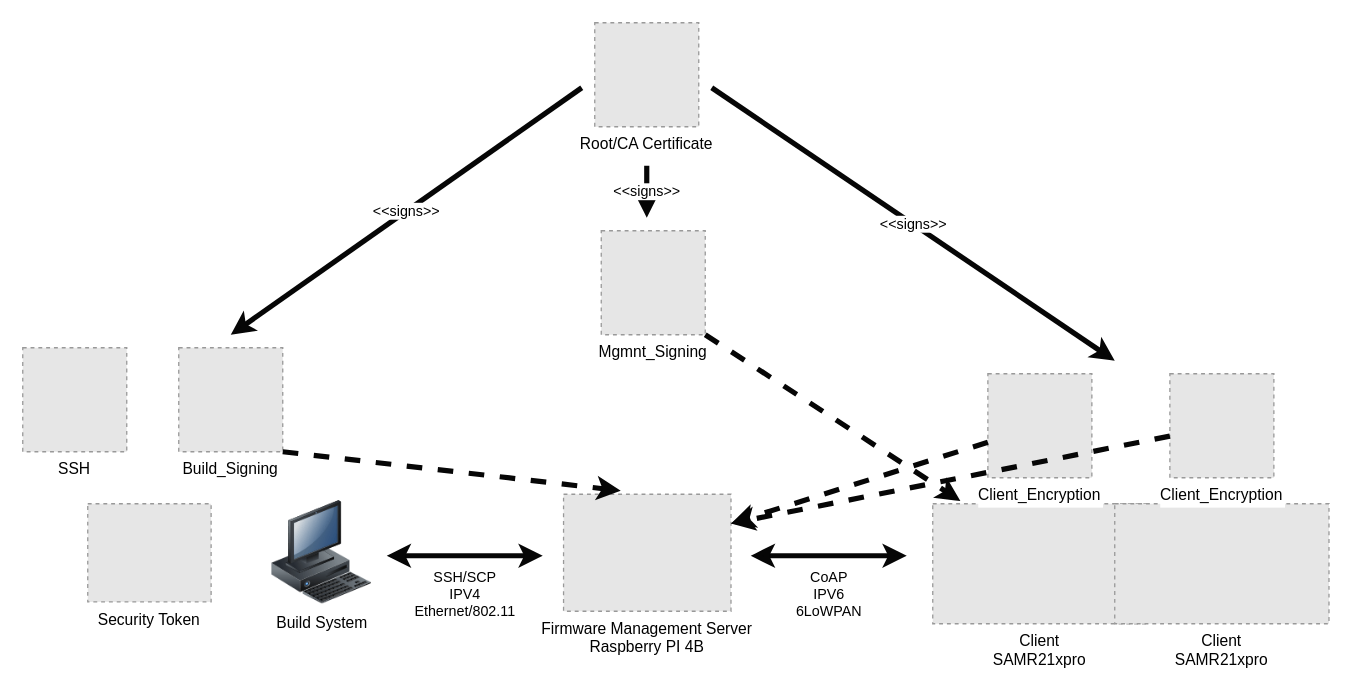
Earlier version of the draw.io diagram Doc/images/Overview.drawio (ernst-schwaiger/MES). Source tidied: cells renumbered, new cells numbered last; positions are measured from the earlier drawing's top-left corner, leaving out a move shared by most shapes. Both pictures are drawn from the tidied source at 130%, with x=0, y=0 at pixel (22, 22). Pictures stored in the file or linked from it are replaced by grey dashed boxes.
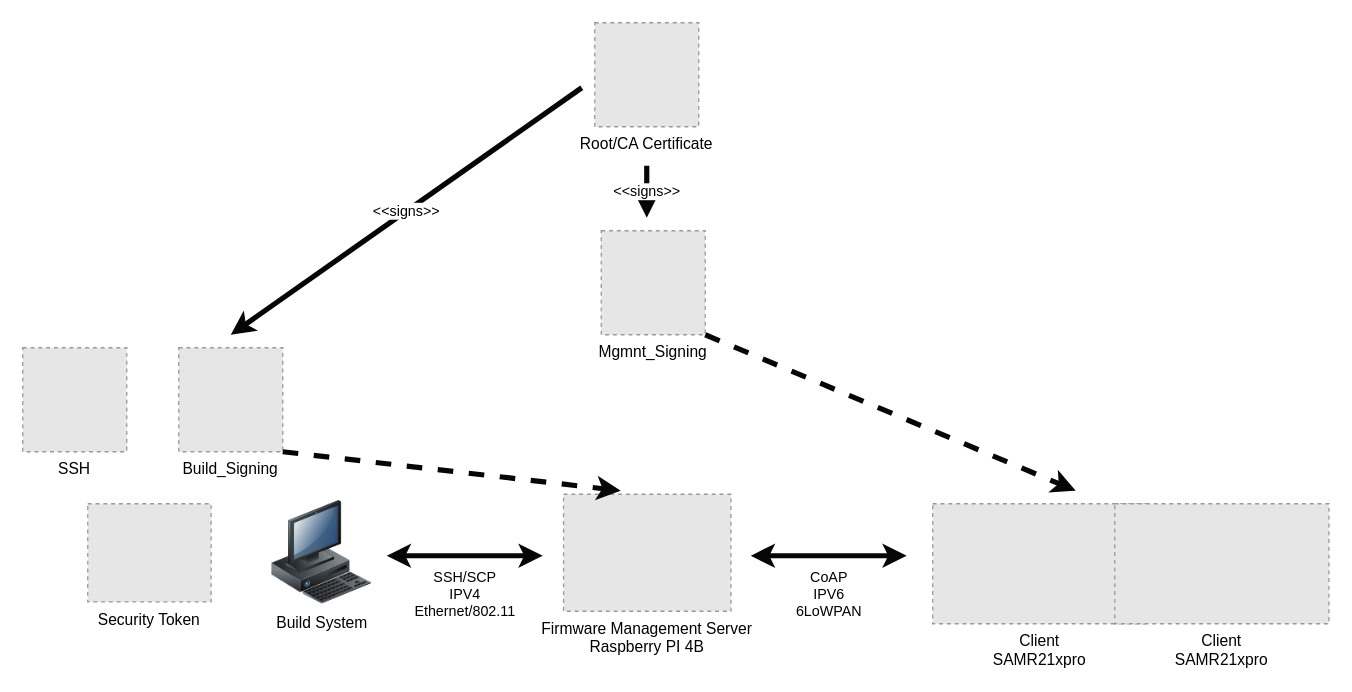
After the change.

Commit message (it also covers changes not shown here):
remove useless certs for AES key encryption

The change refers to these unchanged cells:
```xml
<mxCell id="8" value="Firmware Management Server&#10;Raspberry PI 4B" style="fillColor=#E6E6E6;strokeColor=#999999;dashed=1;verticalLabelPosition=bottom;labelBackgroundColor=#FFFFFF;verticalAlign=top;fontColor=#000000;" parent="1" vertex="1">
  <mxGeometry x="416" y="362.7" width="128.8" height="90" as="geometry" />
</mxCell>
<mxCell id="10" value="Client&#10;SAMR21xpro" style="fillColor=#E6E6E6;strokeColor=#999999;dashed=1;verticalLabelPosition=bottom;labelBackgroundColor=#FFFFFF;verticalAlign=top;fontColor=#000000;" parent="1" vertex="1">
  <mxGeometry x="700" y="370" width="164.8" height="92.3" as="geometry" />
</mxCell>
<mxCell id="16" value="Mgmnt_Signing" style="fillColor=#E6E6E6;strokeColor=#999999;dashed=1;verticalLabelPosition=bottom;labelBackgroundColor=#FFFFFF;verticalAlign=top;fontColor=#000000;" parent="1" vertex="1">
  <mxGeometry x="445" y="160" width="80" height="80" as="geometry" />
</mxCell>
```

Diff of the diagram source:
```diff
@@
-    <mxCell id="12" value="Client_Encryption" style="fillColor=#E6E6E6;strokeColor=#999999;dashed=1;verticalLabelPosition=bottom;labelBackgroundColor=#FFFFFF;verticalAlign=top;fontColor=#000000;" parent="1" vertex="1">
-      <mxGeometry x="742.4" y="270" width="80" height="80" as="geometry" />
-    </mxCell>
-    <mxCell id="13" value="&amp;lt;&amp;lt;signs&amp;gt;&amp;gt;" style="endArrow=classic;html=1;rounded=0;strokeWidth=4;labelBackgroundColor=#FFFFFF;fontColor=#000000;strokeColor=#060606;" parent="1" edge="1">
-      <mxGeometry relative="1" as="geometry">
-        <mxPoint x="530" y="50" as="sourcePoint" />
-        <mxPoint x="840" y="260" as="targetPoint" />
-      </mxGeometry>
-    </mxCell>
@@
-    <mxCell id="15" value="Client_Encryption" style="fillColor=#E6E6E6;strokeColor=#999999;dashed=1;verticalLabelPosition=bottom;labelBackgroundColor=#FFFFFF;verticalAlign=top;fontColor=#000000;" parent="1" vertex="1">
-      <mxGeometry x="882.4" y="270" width="80" height="80" as="geometry" />
-    </mxCell>
@@
-    <mxCell id="19" style="endArrow=classic;html=1;rounded=0;strokeWidth=4;labelBackgroundColor=#FFFFFF;fontColor=#000000;strokeColor=#060606;dashed=1;exitX=1;exitY=1;exitDx=0;exitDy=0;entryX=0.129;entryY=-0.023;entryDx=0;entryDy=0;entryPerimeter=0;" parent="1" edge="1" source="16" target="10">
-      <mxGeometry relative="1" as="geometry" />
+    <mxCell id="19" style="endArrow=classic;html=1;rounded=0;strokeWidth=4;labelBackgroundColor=#FFFFFF;fontColor=#000000;strokeColor=#060606;dashed=1;exitX=1;exitY=1;exitDx=0;exitDy=0;" parent="1" edge="1" source="16">
+      <mxGeometry relative="1" as="geometry">
+        <mxPoint x="810" y="360" as="targetPoint" />
+      </mxGeometry>
     </mxCell>
-    <mxCell id="20" style="endArrow=classic;html=1;rounded=0;strokeWidth=4;labelBackgroundColor=#FFFFFF;fontColor=#000000;strokeColor=#060606;dashed=1;entryX=1;entryY=0.25;entryDx=0;entryDy=0;" parent="1" edge="1" source="12" target="8">
-      <mxGeometry relative="1" as="geometry" />
-    </mxCell>
-    <mxCell id="21" style="endArrow=classic;html=1;rounded=0;strokeWidth=4;labelBackgroundColor=#FFFFFF;fontColor=#000000;strokeColor=#060606;dashed=1;entryX=1;entryY=0.25;entryDx=0;entryDy=0;" parent="1" edge="1" source="15" target="8">
-      <mxGeometry relative="1" as="geometry" />
-    </mxCell>
```
